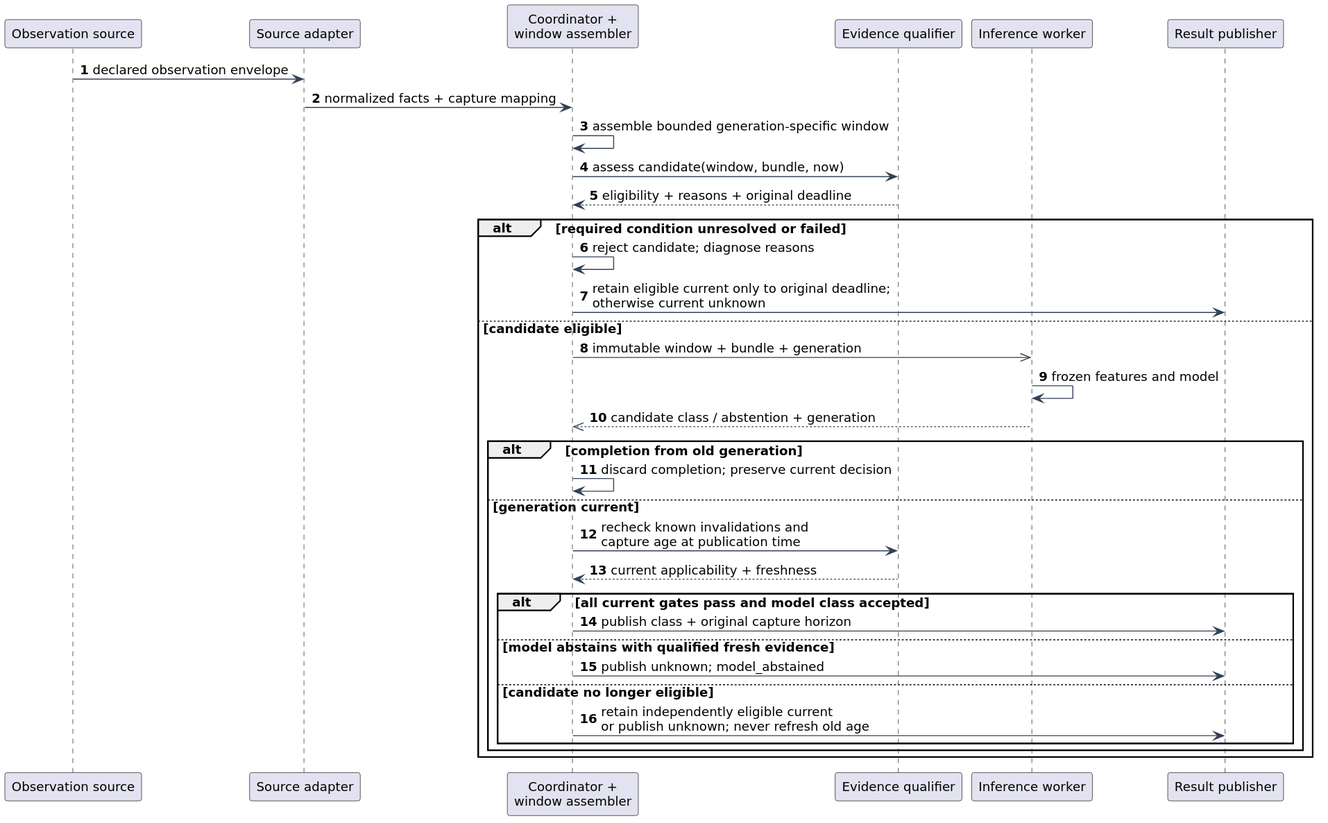
Earlier version of the PlantUML export docs/diagrams/observation_flow.svg (Sage-Cat/cooperative-wifi-presence-monitor). Its source is kept beside it as docs/diagrams/observation_flow.puml. Its diagram source:
```plantuml
@startuml
skinparam shadowing false
skinparam defaultFontName DejaVu Sans
skinparam defaultFontSize 13
skinparam backgroundColor white
skinparam ArrowColor #334155
skinparam componentStyle rectangle
skinparam packageStyle rectangle
autonumber
participant "Observation source" as Source
participant "Source adapter" as Adapter
participant "Coordinator +\nwindow assembler" as Core
participant "Evidence qualifier" as Qualifier
participant "Inference worker" as Worker
participant "Result publisher" as Publisher
Source -> Adapter : declared observation envelope
Adapter -> Core : normalized facts + capture mapping
Core -> Core : assemble bounded generation-specific window
Core -> Qualifier : assess candidate(window, bundle, now)
Qualifier --> Core : eligibility + reasons + original deadline
alt required condition unresolved or failed
  Core -> Core : reject candidate; diagnose reasons
  Core -> Publisher : retain eligible current only to original deadline;\notherwise current unknown
else candidate eligible
  Core ->> Worker : immutable window + bundle + generation
  Worker -> Worker : frozen features and model
  Worker -->> Core : candidate class / abstention + generation
  alt completion from old generation
    Core -> Core : discard completion; preserve current decision
  else generation current
    Core -> Qualifier : recheck known invalidations and\ncapture age at publication time
    Qualifier --> Core : current applicability + freshness
    alt all current gates pass and model class accepted
      Core -> Publisher : publish class + original capture horizon
    else model abstains with qualified fresh evidence
      Core -> Publisher : publish unknown; model_abstained
    else candidate no longer eligible
      Core -> Publisher : retain independently eligible current\nor publish unknown; never refresh old age
    end
  end
end

@enduml
```
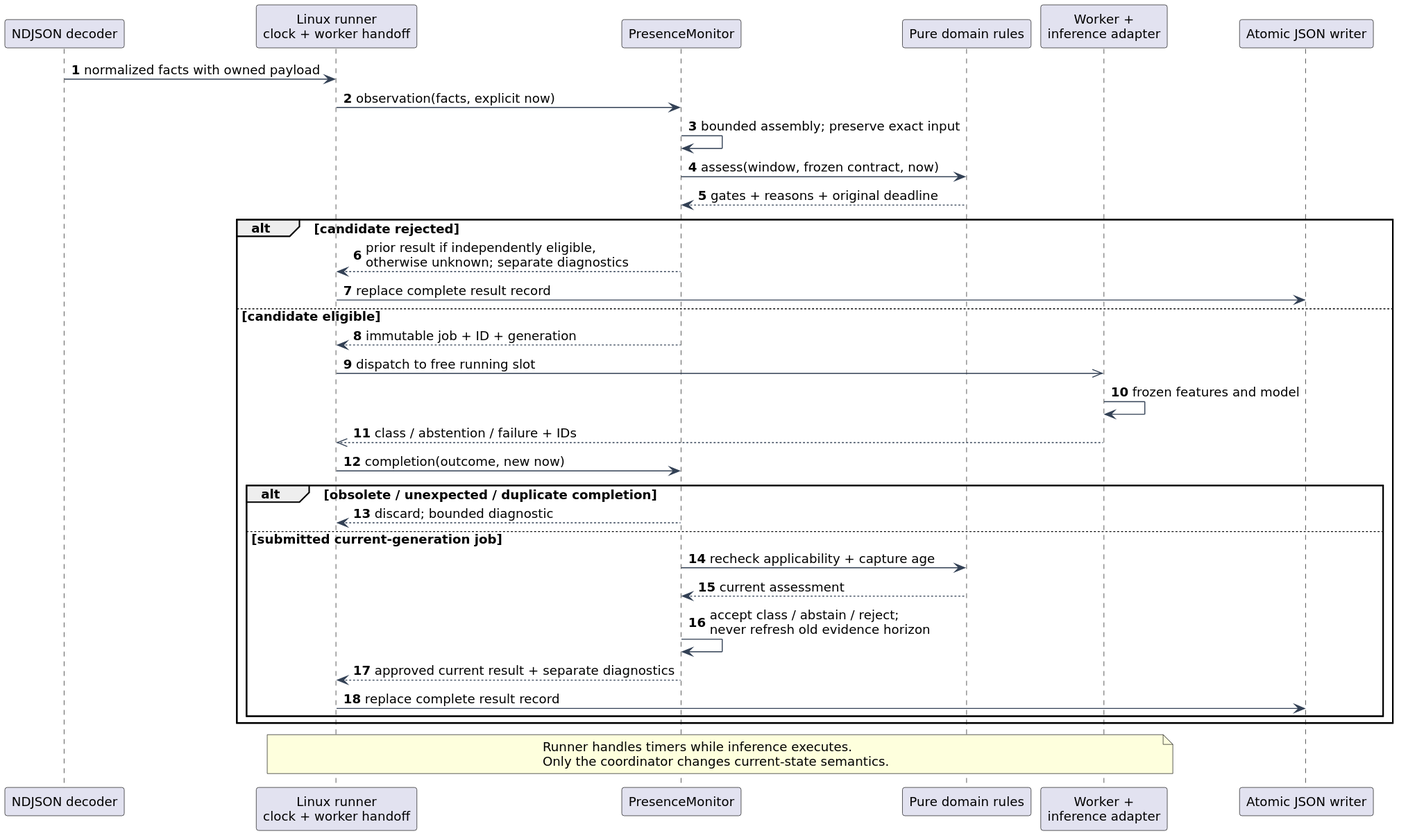
After the change.

What changed in the source:
```diff
@@ -7,37 +7,38 @@
 skinparam componentStyle rectangle
 skinparam packageStyle rectangle
 autonumber
-participant "Observation source" as Source
-participant "Source adapter" as Adapter
-participant "Coordinator +\nwindow assembler" as Core
-participant "Evidence qualifier" as Qualifier
-participant "Inference worker" as Worker
-participant "Result publisher" as Publisher
-Source -> Adapter : declared observation envelope
-Adapter -> Core : normalized facts + capture mapping
-Core -> Core : assemble bounded generation-specific window
-Core -> Qualifier : assess candidate(window, bundle, now)
-Qualifier --> Core : eligibility + reasons + original deadline
-alt required condition unresolved or failed
-  Core -> Core : reject candidate; diagnose reasons
-  Core -> Publisher : retain eligible current only to original deadline;\notherwise current unknown
+participant "NDJSON decoder" as Adapter
+participant "Linux runner\nclock + worker handoff" as Host
+participant "PresenceMonitor" as Core
+participant "Pure domain rules" as Rules
+participant "Worker +\ninference adapter" as Worker
+participant "Atomic JSON writer" as Writer
+Adapter -> Host : normalized facts with owned payload
+Host -> Core : observation(facts, explicit now)
+Core -> Core : bounded assembly; preserve exact input
+Core -> Rules : assess(window, frozen contract, now)
+Rules --> Core : gates + reasons + original deadline
+alt candidate rejected
+ Core --> Host : prior result if independently eligible,\notherwise unknown; separate diagnostics
+ Host -> Writer : replace complete result record
 else candidate eligible
-  Core ->> Worker : immutable window + bundle + generation
-  Worker -> Worker : frozen features and model
-  Worker -->> Core : candidate class / abstention + generation
-  alt completion from old generation
-    Core -> Core : discard completion; preserve current decision
-  else generation current
-    Core -> Qualifier : recheck known invalidations and\ncapture age at publication time
-    Qualifier --> Core : current applicability + freshness
-    alt all current gates pass and model class accepted
-      Core -> Publisher : publish class + original capture horizon
-    else model abstains with qualified fresh evidence
-      Core -> Publisher : publish unknown; model_abstained
-    else candidate no longer eligible
-      Core -> Publisher : retain independently eligible current\nor publish unknown; never refresh old age
-    end
-  end
+ Core --> Host : immutable job + ID + generation
+ Host ->> Worker : dispatch to free running slot
+ Worker -> Worker : frozen features and model
+ Worker -->> Host : class / abstention / failure + IDs
+ Host -> Core : completion(outcome, new now)
+ alt obsolete / unexpected / duplicate completion
+  Core --> Host : discard; bounded diagnostic
+ else submitted current-generation job
+  Core -> Rules : recheck applicability + capture age
+  Rules --> Core : current assessment
+  Core -> Core : accept class / abstain / reject;\nnever refresh old evidence horizon
+  Core --> Host : approved current result + separate diagnostics
+  Host -> Writer : replace complete result record
+ end
 end
-
+note over Host, Worker
+Runner handles timers while inference executes.
+Only the coordinator changes current-state semantics.
+end note
 @enduml
```
